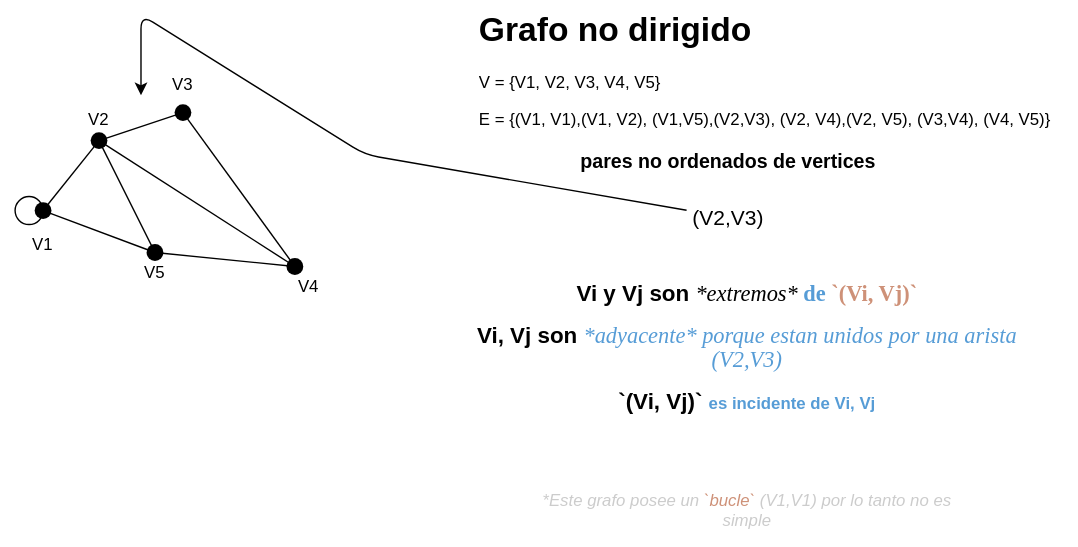
Nordcode-cyber/Algoritmos-Estructdatos keeps this draw.io diagram as Estructura-de-datos/Grafos/Grafo-nodir.drawio.svg. Above is the earlier version. Source tidied: cells renumbered, new cells last; positions are measured from the earlier drawing's top-left corner, leaving out a move shared by most shapes.
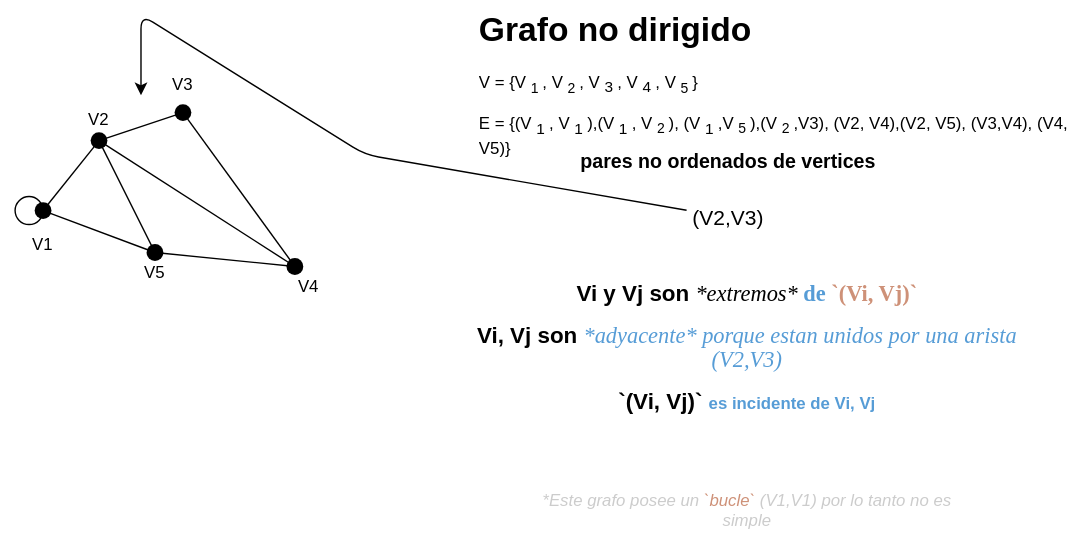
The same file after the commit.

Change to the diagram source:
```diff
@@ -2,7 +2,7 @@
   <root>
     <mxCell id="0" />
     <mxCell id="1" parent="0" />
-    <mxCell id="2" value="&lt;h1 style=&quot;margin-top: 0px;&quot;&gt;&lt;font style=&quot;color: light-dark(rgb(0, 0, 0), rgb(0, 153, 0));&quot;&gt;Grafo no dirigido&lt;/font&gt;&lt;/h1&gt;&lt;p&gt;&amp;nbsp;&lt;font style=&quot;color: light-dark(rgb(0, 0, 0), rgb(0, 0, 255));&quot;&gt;V = {V1, V2, V3, V4, V5}&lt;/font&gt;&lt;/p&gt;&lt;p&gt;&lt;font style=&quot;color: light-dark(rgb(0, 0, 0), rgb(178, 0, 0));&quot;&gt;E = {(V1, V1),(V1, V2), (V1,V5),(V2,V3), (V2, V4),(V2, V5), (V3,V4), (V4, V5)}&lt;/font&gt;&lt;/p&gt;" style="text;html=1;whiteSpace=wrap;overflow=hidden;rounded=0;" parent="1" vertex="1">
+    <mxCell id="2" value="&lt;h1 style=&quot;margin-top: 0px;&quot;&gt;&lt;font style=&quot;color: light-dark(rgb(0, 0, 0), rgb(0, 153, 0));&quot;&gt;Grafo no dirigido&lt;/font&gt;&lt;/h1&gt;&lt;p&gt;&amp;nbsp;&lt;font style=&quot;color: light-dark(rgb(0, 0, 0), rgb(0, 0, 255));&quot;&gt;V = {V&lt;sub&gt;1&lt;/sub&gt;, V&lt;sub&gt;2&lt;/sub&gt;, V&lt;sub&gt;&lt;font style=&quot;font-size: 11px;&quot;&gt;3&lt;/font&gt;&lt;/sub&gt;, V&lt;sub&gt;&lt;font style=&quot;font-size: 11px;&quot;&gt;4&lt;/font&gt;&lt;/sub&gt;, V&lt;sub&gt;5&lt;/sub&gt;}&lt;/font&gt;&lt;/p&gt;&lt;p&gt;&lt;font style=&quot;color: light-dark(rgb(0, 0, 0), rgb(178, 0, 0));&quot;&gt;E = {(V&lt;sub&gt;&lt;font style=&quot;font-size: 11px;&quot;&gt;1&lt;/font&gt;&lt;/sub&gt;, V&lt;sub&gt;&lt;font style=&quot;font-size: 11px;&quot;&gt;1&lt;/font&gt;&lt;/sub&gt;),(V&lt;sub&gt;&lt;font style=&quot;font-size: 11px;&quot;&gt;1&lt;/font&gt;&lt;/sub&gt;, V&lt;sub&gt;2&lt;/sub&gt;), (V&lt;sub&gt;&lt;font style=&quot;font-size: 11px;&quot;&gt;1&lt;/font&gt;&lt;/sub&gt;,V&lt;sub&gt;5&lt;/sub&gt;),(V&lt;sub&gt;2&lt;/sub&gt;,V3), (V2, V4),(V2, V5), (V3,V4), (V4, V5)}&lt;/font&gt;&lt;/p&gt;" style="text;html=1;whiteSpace=wrap;overflow=hidden;rounded=0;" parent="1" vertex="1">
       <mxGeometry x="340" width="430" height="120" as="geometry" />
     </mxCell>
     <mxCell id="3" value="&lt;b&gt;&lt;font style=&quot;font-size: 14px;&quot;&gt;pares no ordenados de vertices&lt;/font&gt;&lt;/b&gt;" style="text;html=1;align=center;verticalAlign=middle;whiteSpace=wrap;rounded=0;" parent="1" vertex="1">
```
